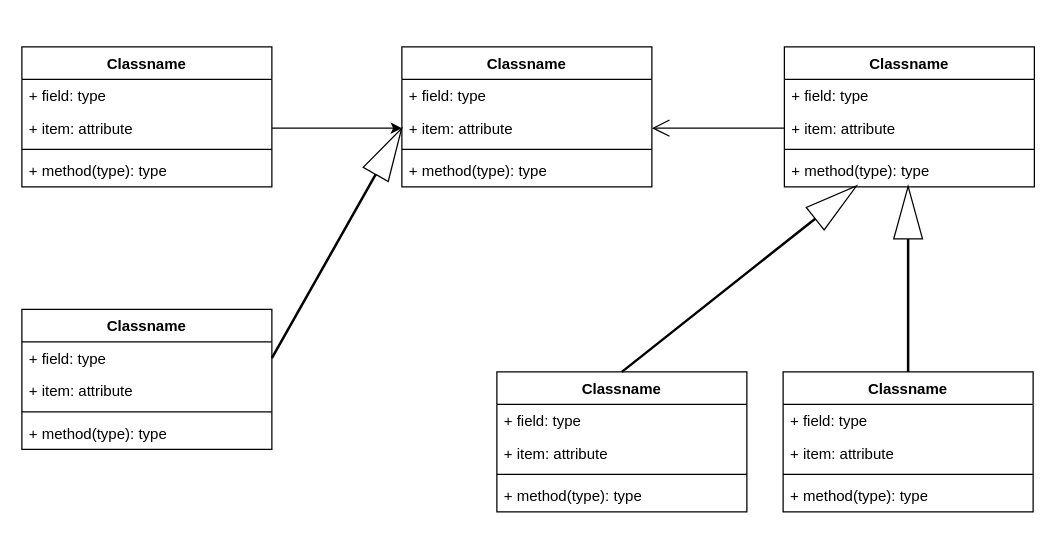
ManuE101/proyectoCaC keeps this draw.io diagram as uml.drawio. Above is the earlier version. Source tidied: cells renumbered, new cells numbered last; positions are measured from the earlier drawing's top-left corner, leaving out a move shared by most shapes. Both pictures are drawn from the tidied source at 125%, with x=0, y=0 at pixel (21, 46).
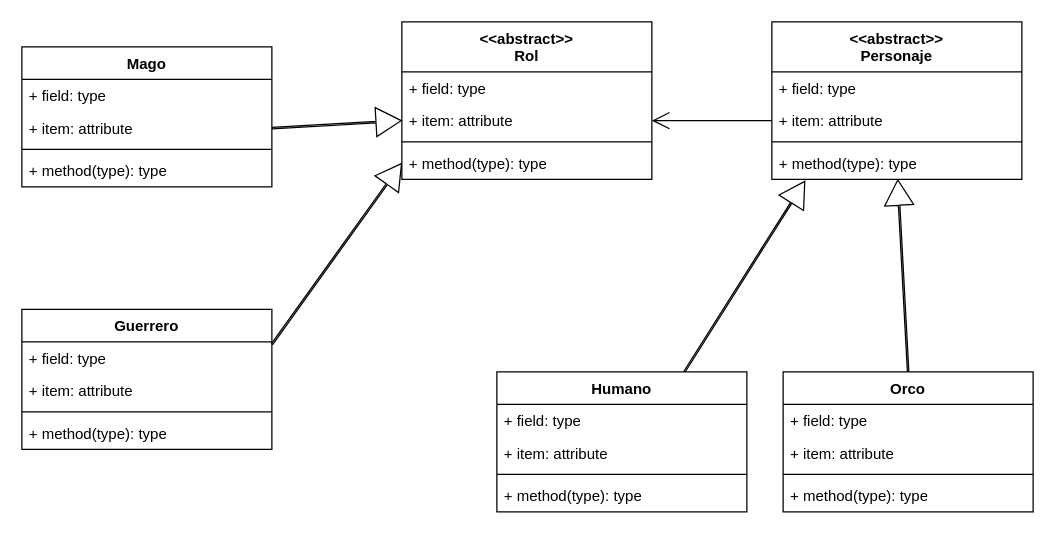
The same diagram, later.

Unchanged cells that the change refers to:
```xml
<mxCell id="4" value="+ item: attribute" style="text;strokeColor=none;fillColor=none;align=left;verticalAlign=top;spacingLeft=4;spacingRight=4;overflow=hidden;points=[[0,0.5],[1,0.5]];portConstraint=eastwest;whiteSpace=wrap;html=1;" parent="2" vertex="1">
  <mxGeometry y="52" width="200" height="26" as="geometry" />
</mxCell>
<mxCell id="8" value="+ field: type" style="text;strokeColor=none;fillColor=none;align=left;verticalAlign=top;spacingLeft=4;spacingRight=4;overflow=hidden;points=[[0,0.5],[1,0.5]];portConstraint=eastwest;whiteSpace=wrap;html=1;" parent="7" vertex="1">
  <mxGeometry y="26" width="200" height="26" as="geometry" />
</mxCell>
```

Change to the diagram source:
```diff
@@
-    <mxCell id="2" value="Classname" style="swimlane;fontStyle=1;align=center;verticalAlign=top;horizontal=1;startSize=26;whiteSpace=wrap;html=1;" parent="1" vertex="1">
+    <mxCell id="2" value="Mago" style="swimlane;fontStyle=1;align=center;verticalAlign=top;horizontal=1;startSize=26;whiteSpace=wrap;html=1;" parent="1" vertex="1">
       <mxGeometry width="200" height="112" as="geometry" />
     </mxCell>
@@
-    <mxCell id="7" value="Classname" style="swimlane;fontStyle=1;align=center;verticalAlign=top;horizontal=1;startSize=26;whiteSpace=wrap;html=1;" parent="1" vertex="1">
+    <mxCell id="7" value="Guerrero" style="swimlane;fontStyle=1;align=center;verticalAlign=top;horizontal=1;startSize=26;whiteSpace=wrap;html=1;" parent="1" vertex="1">
       <mxGeometry y="210" width="200" height="112" as="geometry" />
     </mxCell>
@@
-    <mxCell id="12" value="Classname" style="swimlane;fontStyle=1;align=center;verticalAlign=top;horizontal=1;startSize=26;whiteSpace=wrap;html=1;" parent="1" vertex="1">
-      <mxGeometry x="304" width="200" height="112" as="geometry" />
+    <mxCell id="12" value="&lt;div&gt;&amp;lt;&amp;lt;abstract&amp;gt;&amp;gt;&lt;/div&gt;Rol" style="swimlane;fontStyle=1;align=center;verticalAlign=top;horizontal=1;startSize=40;whiteSpace=wrap;html=1;" parent="1" vertex="1">
+      <mxGeometry x="304" y="-20" width="200" height="126" as="geometry" />
     </mxCell>
     <mxCell id="13" value="+ field: type" style="text;strokeColor=none;fillColor=none;align=left;verticalAlign=top;spacingLeft=4;spacingRight=4;overflow=hidden;whiteSpace=wrap;html=1;" parent="12" vertex="1">
-      <mxGeometry y="26" width="200" height="26" as="geometry" />
+      <mxGeometry y="40" width="200" height="26" as="geometry" />
     </mxCell>
     <mxCell id="14" value="+ item: attribute" style="text;strokeColor=none;fillColor=none;align=left;verticalAlign=top;spacingLeft=4;spacingRight=4;overflow=hidden;points=[[0,0.5],[1,0.5]];portConstraint=eastwest;whiteSpace=wrap;html=1;" parent="12" vertex="1">
-      <mxGeometry y="52" width="200" height="26" as="geometry" />
+      <mxGeometry y="66" width="200" height="26" as="geometry" />
     </mxCell>
     <mxCell id="15" style="line;strokeWidth=1;fillColor=none;align=left;verticalAlign=middle;spacingTop=-1;spacingLeft=3;spacingRight=3;labelPosition=right;strokeColor=inherit;" parent="12" vertex="1">
-      <mxGeometry y="78" width="200" height="8" as="geometry" />
+      <mxGeometry y="92" width="200" height="8" as="geometry" />
     </mxCell>
     <mxCell id="16" value="+ method(type): type" style="text;strokeColor=none;fillColor=none;align=left;verticalAlign=top;spacingLeft=4;spacingRight=4;overflow=hidden;points=[[0,0.5],[1,0.5]];portConstraint=eastwest;whiteSpace=wrap;html=1;" parent="12" vertex="1">
-      <mxGeometry y="86" width="200" height="26" as="geometry" />
+      <mxGeometry y="100" width="200" height="26" as="geometry" />
     </mxCell>
-    <mxCell id="17" value="Classname" style="swimlane;fontStyle=1;align=center;verticalAlign=top;horizontal=1;startSize=26;whiteSpace=wrap;html=1;" parent="1" vertex="1">
-      <mxGeometry x="610" width="200" height="112" as="geometry" />
+    <mxCell id="17" value="&lt;div&gt;&amp;lt;&amp;lt;abstract&amp;gt;&amp;gt;&lt;/div&gt;Personaje" style="swimlane;fontStyle=1;align=center;verticalAlign=top;horizontal=1;startSize=40;whiteSpace=wrap;html=1;" parent="1" vertex="1">
+      <mxGeometry x="600" y="-20" width="200" height="126" as="geometry" />
     </mxCell>
     <mxCell id="18" value="+ field: type" style="text;strokeColor=none;fillColor=none;align=left;verticalAlign=top;spacingLeft=4;spacingRight=4;overflow=hidden;whiteSpace=wrap;html=1;" parent="17" vertex="1">
-      <mxGeometry y="26" width="200" height="26" as="geometry" />
+      <mxGeometry y="40" width="200" height="26" as="geometry" />
     </mxCell>
     <mxCell id="19" value="+ item: attribute" style="text;strokeColor=none;fillColor=none;align=left;verticalAlign=top;spacingLeft=4;spacingRight=4;overflow=hidden;points=[[0,0.5],[1,0.5]];portConstraint=eastwest;whiteSpace=wrap;html=1;" parent="17" vertex="1">
-      <mxGeometry y="52" width="200" height="26" as="geometry" />
+      <mxGeometry y="66" width="200" height="26" as="geometry" />
     </mxCell>
     <mxCell id="20" style="line;strokeWidth=1;fillColor=none;align=left;verticalAlign=middle;spacingTop=-1;spacingLeft=3;spacingRight=3;labelPosition=right;strokeColor=inherit;" parent="17" vertex="1">
-      <mxGeometry y="78" width="200" height="8" as="geometry" />
+      <mxGeometry y="92" width="200" height="8" as="geometry" />
     </mxCell>
     <mxCell id="21" value="+ method(type): type" style="text;strokeColor=none;fillColor=none;align=left;verticalAlign=top;spacingLeft=4;spacingRight=4;overflow=hidden;points=[[0,0.5],[1,0.5]];portConstraint=eastwest;whiteSpace=wrap;html=1;" parent="17" vertex="1">
-      <mxGeometry y="86" width="200" height="26" as="geometry" />
+      <mxGeometry y="100" width="200" height="26" as="geometry" />
     </mxCell>
-    <mxCell id="22" value="Classname" style="swimlane;fontStyle=1;align=center;verticalAlign=top;horizontal=1;startSize=26;whiteSpace=wrap;html=1;" parent="1" vertex="1">
+    <mxCell id="22" value="Orco" style="swimlane;fontStyle=1;align=center;verticalAlign=top;horizontal=1;startSize=26;whiteSpace=wrap;html=1;" parent="1" vertex="1">
       <mxGeometry x="609" y="260" width="200" height="112" as="geometry" />
     </mxCell>
@@
-    <mxCell id="27" value="Classname" style="swimlane;fontStyle=1;align=center;verticalAlign=top;horizontal=1;startSize=26;whiteSpace=wrap;html=1;" parent="1" vertex="1">
+    <mxCell id="27" value="Humano" style="swimlane;fontStyle=1;align=center;verticalAlign=top;horizontal=1;startSize=26;whiteSpace=wrap;html=1;" parent="1" vertex="1">
       <mxGeometry x="380" y="260" width="200" height="112" as="geometry" />
     </mxCell>
@@
-    <mxCell id="32" style="endArrow=classic;html=1;rounded=0;exitX=1;exitY=0.5;exitDx=0;exitDy=0;entryX=0;entryY=0.5;entryDx=0;entryDy=0;" parent="1" edge="1" source="4" target="14">
-      <mxGeometry relative="1" as="geometry" />
-    </mxCell>
-    <mxCell id="33" style="endArrow=block;html=1;rounded=0;exitX=1;exitY=0.5;exitDx=0;exitDy=0;entryX=0;entryY=0.5;entryDx=0;entryDy=0;endWidth=21;shape=flexArrow;width=1;endSize=13.68;" parent="1" edge="1" source="8" target="14">
+    <mxCell id="33" style="endArrow=block;html=1;rounded=0;exitX=1;exitY=0.25;exitDx=0;exitDy=0;entryX=0;entryY=0.5;entryDx=0;entryDy=0;endWidth=21;shape=flexArrow;width=1.1764705882352942;endSize=6.411764705882353;" parent="1" edge="1" source="7" target="16">
       <mxGeometry relative="1" as="geometry" />
     </mxCell>
@@
-    <mxCell id="35" style="endArrow=block;html=1;rounded=0;exitX=0.5;exitY=0;exitDx=0;exitDy=0;entryX=0.29;entryY=0.962;entryDx=0;entryDy=0;endWidth=21;shape=flexArrow;width=1;endSize=13.68;entryPerimeter=0;" parent="1" edge="1" source="27" target="21">
+    <mxCell id="35" style="endArrow=block;html=1;rounded=0;exitX=0.75;exitY=0;exitDx=0;exitDy=0;entryX=0.133;entryY=1.045;entryDx=0;entryDy=0;endWidth=21;shape=flexArrow;width=1.1764705882352942;endSize=6.411764705882353;entryPerimeter=0;" parent="1" edge="1" source="27" target="21">
       <mxGeometry relative="1" as="geometry" />
     </mxCell>
-    <mxCell id="36" style="endArrow=block;html=1;rounded=0;exitX=0.5;exitY=0;exitDx=0;exitDy=0;entryX=0.495;entryY=0.962;entryDx=0;entryDy=0;endWidth=21;shape=flexArrow;width=1;endSize=13.68;entryPerimeter=0;" parent="1" edge="1" source="22" target="21">
+    <mxCell id="36" style="endArrow=block;html=1;rounded=0;exitX=0.5;exitY=0;exitDx=0;exitDy=0;endWidth=21;shape=flexArrow;width=1.1764705882352942;endSize=6.411764705882353;" parent="1" edge="1" source="22" target="21">
       <mxGeometry relative="1" as="geometry" />
     </mxCell>
+    <mxCell id="32" style="endArrow=block;html=1;rounded=0;exitX=1;exitY=0.5;exitDx=0;exitDy=0;entryX=0;entryY=0.5;entryDx=0;entryDy=0;endWidth=21;shape=flexArrow;width=1.1764705882352942;endSize=6.411764705882353;" parent="1" edge="1" source="4" target="14">
+      <mxGeometry relative="1" as="geometry" />
+    </mxCell>
```
